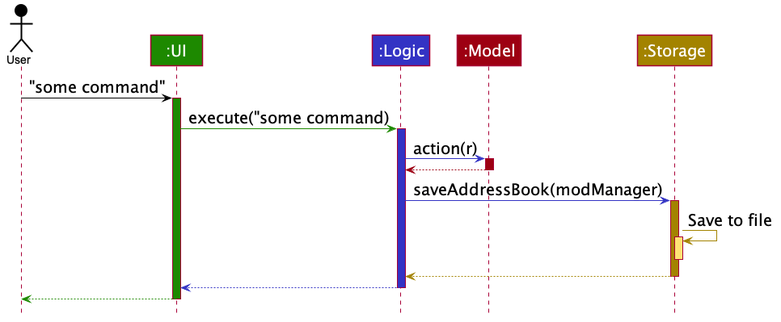
Above: docs/images/ArchitectureSequenceDiagram.png in zixinn/main (PlantUML), before the change.
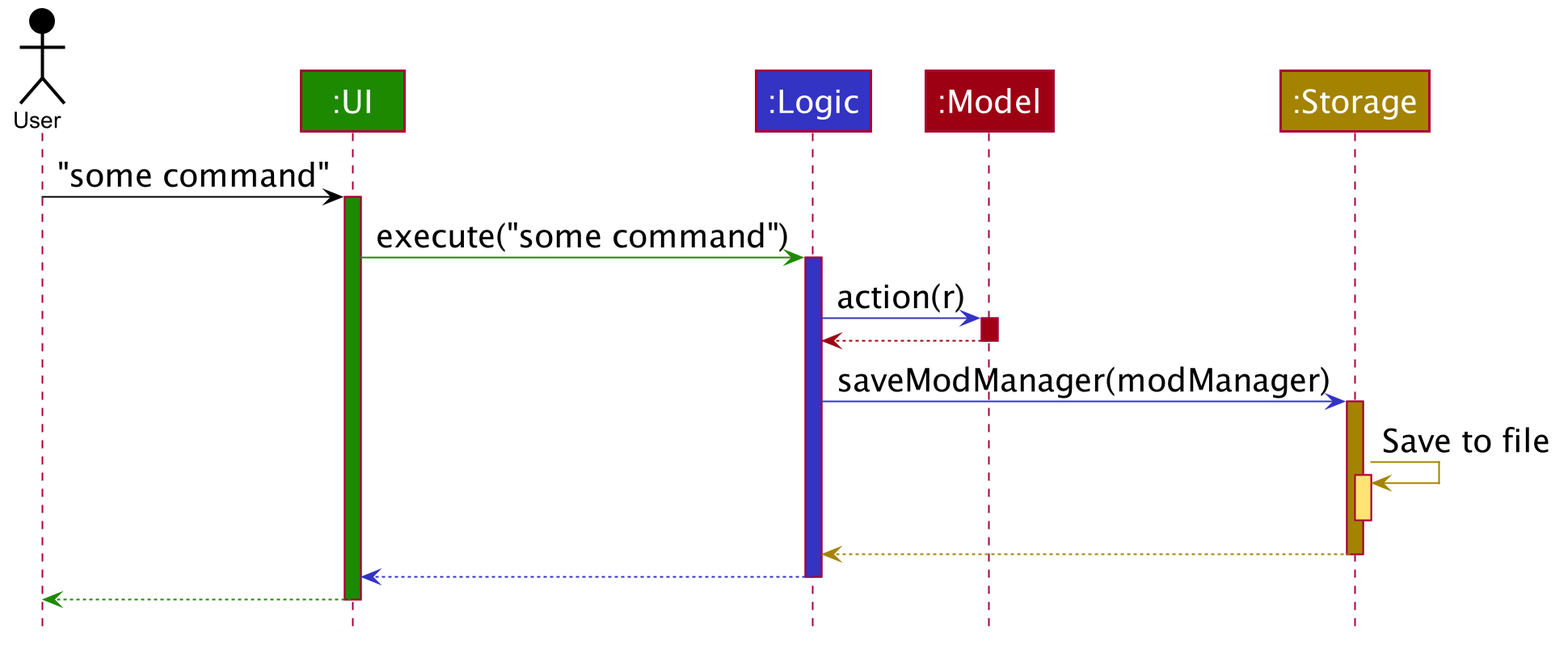
The same file after the commit.

What changed in the source:
```diff
@@ -63,7 +63,7 @@
 user -[#000000]> ui : "some command"
 activate ui #1D8900
 
-ui -[#1D8900]> logic : execute("some command)
+ui -[#1D8900]> logic : execute("some command")
 activate logic #3333C4
 
 logic -[#3333C4]> model : action(r)
@@ -72,7 +72,7 @@
 model -[#9D0012]-> logic
 deactivate model
 
-logic -[#3333C4]> storage : saveAddressBook(modManager)
+logic -[#3333C4]> storage : saveModManager(modManager)
 activate storage #A38300
 
 storage -[#A38300]> storage : Save to file
```
